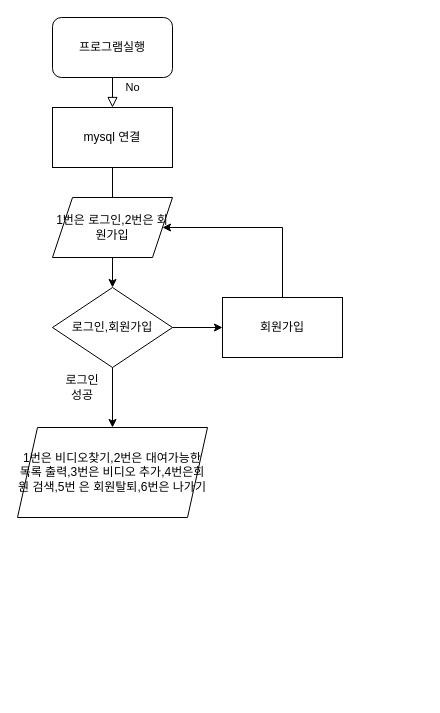
Above: 제목 없는 다이어그램.drawio in creepereye/Git-Tutorial (draw.io), before the change. Source tidied: cells renumbered, new cells numbered last; positions are measured from the earlier drawing's top-left corner, leaving out a move shared by most shapes. Both pictures are drawn from the tidied source at 100%, with x=0, y=0 at pixel (17, 17).
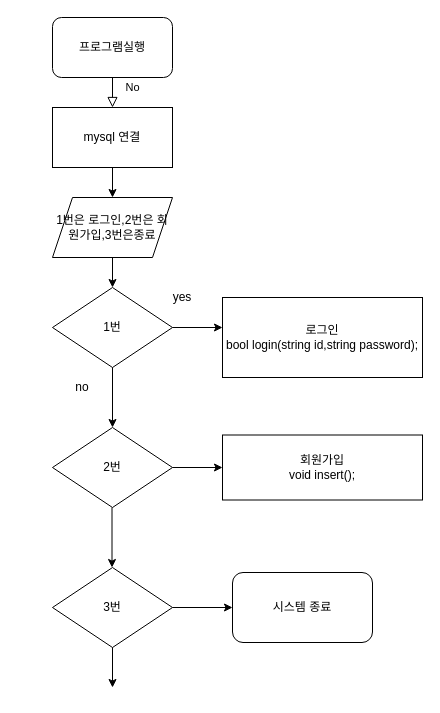
After the change.

Commit message:
제목 없는 다이어그램.drawio 업데이트

Unchanged cells that the change refers to:
```xml
<mxCell id="4" value="&lt;span&gt;mysql 연결&lt;/span&gt;" style="rounded=0;whiteSpace=wrap;html=1;" parent="1" vertex="1">
  <mxGeometry x="35" y="90" width="120" height="60" as="geometry" />
</mxCell>
```

Diff of the diagram source:
```diff
@@
-    <mxCell id="5" value="로그인,회원가입" style="rhombus;whiteSpace=wrap;html=1;" parent="1" vertex="1">
+    <mxCell id="5" value="1번" style="rhombus;whiteSpace=wrap;html=1;" parent="1" vertex="1">
       <mxGeometry x="35" y="270" width="120" height="80" as="geometry" />
     </mxCell>
-    <mxCell id="6" style="endArrow=classic;html=1;exitX=0.5;exitY=1;exitDx=0;exitDy=0;" parent="1" edge="1" source="4">
-      <mxGeometry relative="1" as="geometry">
-        <mxPoint x="95" y="200" as="targetPoint" />
-      </mxGeometry>
+    <mxCell id="6" style="endArrow=classic;html=1;exitX=0.5;exitY=1;exitDx=0;exitDy=0;entryX=0.5;entryY=0;entryDx=0;entryDy=0;" parent="1" edge="1" source="4" target="11">
+      <mxGeometry relative="1" as="geometry" />
     </mxCell>
@@
-    <mxCell id="8" value="로그인 성공" style="text;html=1;strokeColor=none;fillColor=none;align=center;verticalAlign=middle;whiteSpace=wrap;rounded=0;" parent="1" vertex="1">
-      <mxGeometry x="45" y="360" width="40" height="20" as="geometry" />
+    <mxCell id="8" value="yes" style="text;html=1;strokeColor=none;fillColor=none;align=center;verticalAlign=middle;whiteSpace=wrap;rounded=0;" parent="1" vertex="1">
+      <mxGeometry x="145" y="270" width="40" height="20" as="geometry" />
     </mxCell>
-    <mxCell id="9" value="회원가입" style="rounded=0;whiteSpace=wrap;html=1;" parent="1" vertex="1">
-      <mxGeometry x="205" y="280" width="120" height="60" as="geometry" />
-    </mxCell>
-    <mxCell id="10" style="endArrow=classic;html=1;entryX=0;entryY=0.5;entryDx=0;entryDy=0;exitX=1;exitY=0.5;exitDx=0;exitDy=0;" parent="1" edge="1" source="5" target="9">
-      <mxGeometry relative="1" as="geometry" />
+    <mxCell id="10" style="endArrow=classic;html=1;entryX=0;entryY=0.5;entryDx=0;entryDy=0;exitX=1;exitY=0.5;exitDx=0;exitDy=0;" parent="1" edge="1" source="5">
+      <mxGeometry relative="1" as="geometry">
+        <mxPoint x="205" y="310" as="targetPoint" />
+      </mxGeometry>
     </mxCell>
-    <mxCell id="11" value="1번은 로그인,2번은 회원가입" style="shape=parallelogram;perimeter=parallelogramPerimeter;whiteSpace=wrap;html=1;fixedSize=1;" parent="1" vertex="1">
+    <mxCell id="11" value="1번은 로그인,2번은 회원가입,3번은종료" style="shape=parallelogram;perimeter=parallelogramPerimeter;whiteSpace=wrap;html=1;fixedSize=1;" parent="1" vertex="1">
       <mxGeometry x="35" y="180" width="120" height="60" as="geometry" />
     </mxCell>
@@
-    <mxCell id="13" style="endArrow=classic;html=1;entryX=1;entryY=0.5;entryDx=0;entryDy=0;" parent="1" edge="1" target="11">
-      <mxGeometry relative="1" as="geometry">
-        <mxPoint x="265" y="210" as="sourcePoint" />
-      </mxGeometry>
-    </mxCell>
-    <mxCell id="14" style="endArrow=none;html=1;exitX=0.5;exitY=0;exitDx=0;exitDy=0;" parent="1" edge="1" source="9">
-      <mxGeometry relative="1" as="geometry">
-        <mxPoint x="265" y="210" as="targetPoint" />
-      </mxGeometry>
-    </mxCell>
-    <mxCell id="15" value="1번은 비디오찾기,2번은 대여가능한 목록 출력,3번은 비디오 추가,4번은회원 검색,5번 은 회원탈퇴,6번은 나가기" style="shape=parallelogram;perimeter=parallelogramPerimeter;whiteSpace=wrap;html=1;fixedSize=1;" parent="1" vertex="1">
-      <mxGeometry y="410" width="190" height="90" as="geometry" />
-    </mxCell>
+    <mxCell id="16" value="2번" style="rhombus;whiteSpace=wrap;html=1;" parent="1" vertex="1">
+      <mxGeometry x="35" y="410" width="120" height="80" as="geometry" />
+    </mxCell>
+    <mxCell id="17" value="로그인&lt;br&gt;bool login(string id,string password);" style="rounded=0;whiteSpace=wrap;html=1;" parent="1" vertex="1">
+      <mxGeometry x="205" y="280" width="200" height="80" as="geometry" />
+    </mxCell>
+    <mxCell id="18" value="no" style="text;html=1;strokeColor=none;fillColor=none;align=center;verticalAlign=middle;whiteSpace=wrap;rounded=0;" parent="1" vertex="1">
+      <mxGeometry x="45" y="360" width="40" height="20" as="geometry" />
+    </mxCell>
+    <mxCell id="19" style="endArrow=classic;html=1;exitX=1;exitY=0.5;exitDx=0;exitDy=0;entryX=0;entryY=0.5;entryDx=0;entryDy=0;" parent="1" edge="1" source="16" target="20">
+      <mxGeometry relative="1" as="geometry" />
+    </mxCell>
+    <mxCell id="20" value="회원가입&lt;br&gt;void insert();" style="rounded=0;whiteSpace=wrap;html=1;" parent="1" vertex="1">
+      <mxGeometry x="205" y="417.5" width="200" height="65" as="geometry" />
+    </mxCell>
+    <mxCell id="21" style="endArrow=classic;html=1;entryX=0.5;entryY=0;entryDx=0;entryDy=0;" parent="1" edge="1">
+      <mxGeometry relative="1" as="geometry">
+        <mxPoint x="94.5" y="490" as="sourcePoint" />
+        <mxPoint x="94.5" y="550" as="targetPoint" />
+      </mxGeometry>
+    </mxCell>
+    <mxCell id="22" value="3번" style="rhombus;whiteSpace=wrap;html=1;" parent="1" vertex="1">
+      <mxGeometry x="35" y="550" width="120" height="80" as="geometry" />
+    </mxCell>
+    <mxCell id="23" value="시스템 종료" style="rounded=1;whiteSpace=wrap;html=1;" parent="1" vertex="1">
+      <mxGeometry x="215" y="555" width="140" height="70" as="geometry" />
+    </mxCell>
+    <mxCell id="24" style="endArrow=classic;html=1;exitX=1;exitY=0.5;exitDx=0;exitDy=0;" parent="1" edge="1" source="22">
+      <mxGeometry relative="1" as="geometry">
+        <mxPoint x="215" y="590" as="targetPoint" />
+      </mxGeometry>
+    </mxCell>
+    <mxCell id="25" style="endArrow=classic;html=1;exitX=0.5;exitY=1;exitDx=0;exitDy=0;" parent="1" edge="1" source="22">
+      <mxGeometry relative="1" as="geometry">
+        <mxPoint x="95" y="670" as="targetPoint" />
+      </mxGeometry>
+    </mxCell>
```
